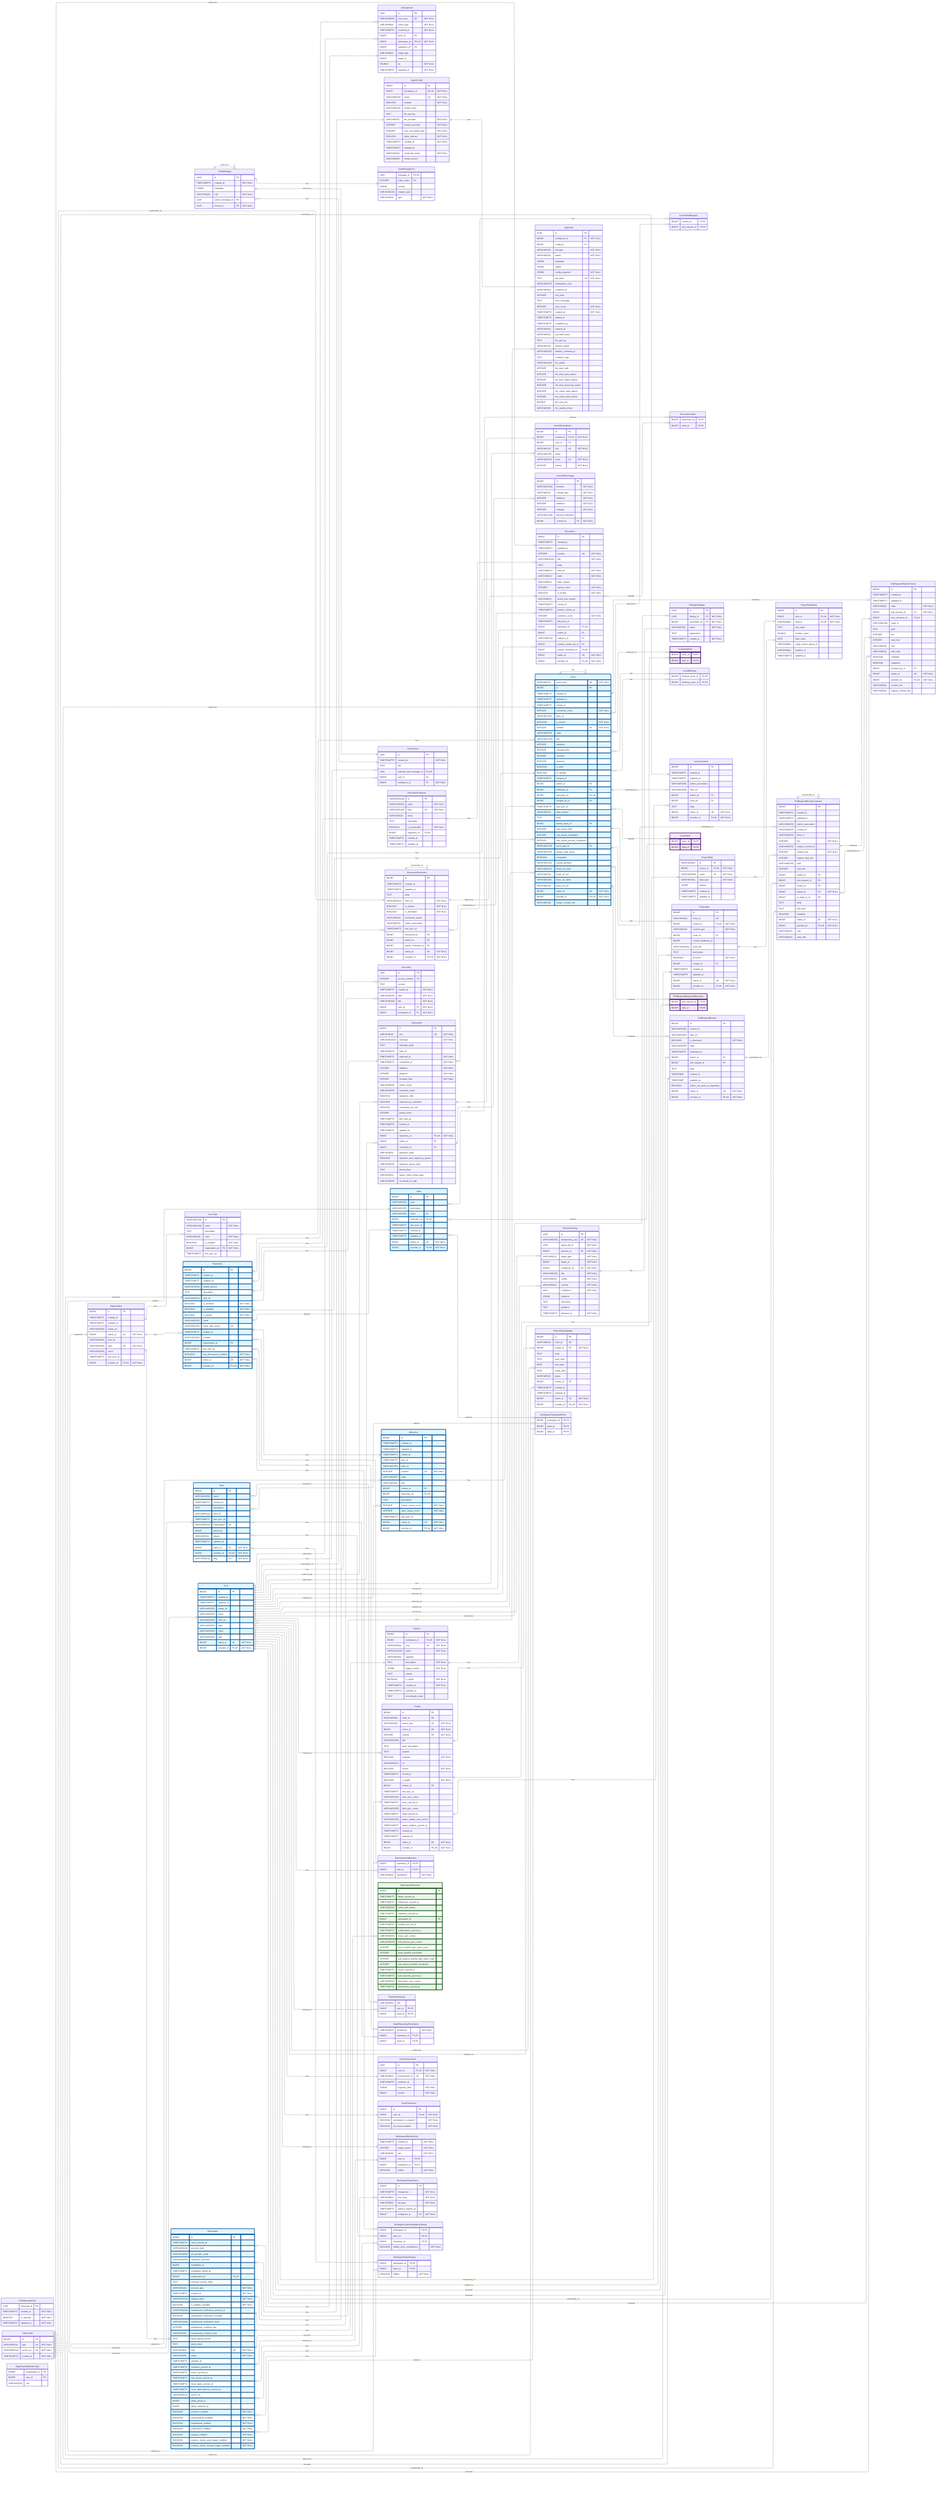
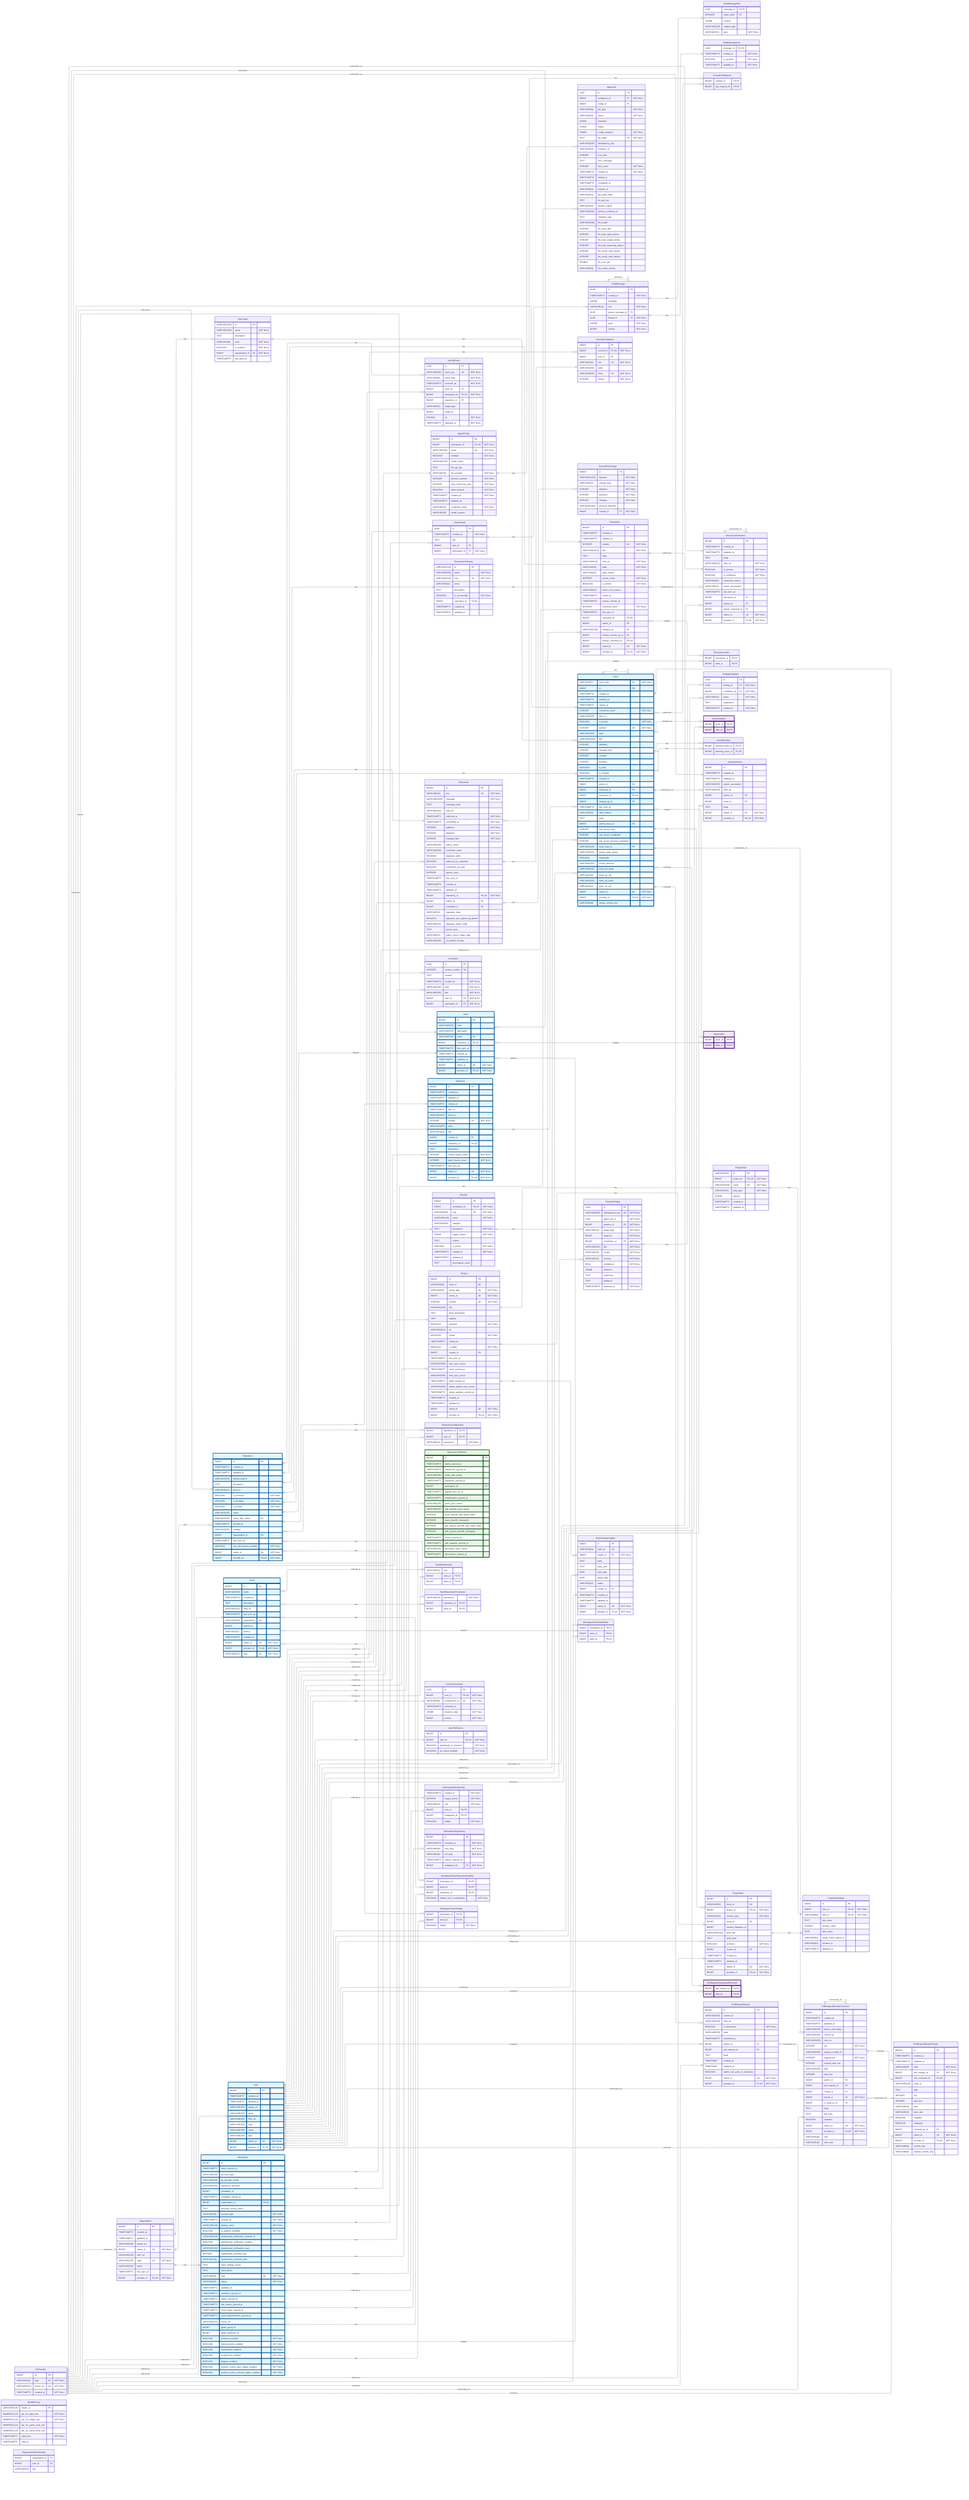
---
config:
    layout: elk
---
erDiagram
    %% Generated automatically from PostgreSQL database schema
    %% using scripts/generate-mermaid-erd.ts
    %% To regenerate: npm run db:generate-erd-docs

    direction LR

    ActivityEvent {
        UUID id PK
        VARCHAR(255) event_key UK "NOT NULL"
        VARCHAR(64) event_type "NOT NULL"
        TIMESTAMPTZ occurred_at "NOT NULL"
        BIGINT actor_id FK
        BIGINT workspace_id FK,UK "NOT NULL"
        BIGINT repository_id FK
        VARCHAR(32) target_type
        BIGINT target_id
        DOUBLE xp "NOT NULL"
        TIMESTAMPTZ ingested_at "NOT NULL"
    }

    AgentConfig {
        BIGINT id PK
        BIGINT workspace_id FK,UK "NOT NULL"
        VARCHAR(100) name UK "NOT NULL"
        BOOLEAN enabled "NOT NULL"
        VARCHAR(128) model_name
        TEXT llm_api_key
        VARCHAR(32) llm_provider "NOT NULL"
        INTEGER timeout_seconds "NOT NULL"
        INTEGER max_concurrent_jobs "NOT NULL"
        BOOLEAN allow_internet "NOT NULL"
        TIMESTAMPTZ created_at "NOT NULL"
        TIMESTAMPTZ updated_at
        VARCHAR(16) credential_mode "NOT NULL"
        VARCHAR(50) model_version
    }

    AgentJob {
        UUID id PK
        BIGINT workspace_id FK "NOT NULL"
        BIGINT config_id FK
        VARCHAR(50) job_type "NOT NULL"
        VARCHAR(20) status "NOT NULL"
        JSONB metadata
        JSONB output
        JSONB config_snapshot "NOT NULL"
        TEXT job_token UK "NOT NULL"
        VARCHAR(255) idempotency_key
        VARCHAR(64) container_id
        INTEGER exit_code
        TEXT error_message
        INTEGER retry_count "NOT NULL"
        TIMESTAMPTZ created_at "NOT NULL"
        TIMESTAMPTZ started_at
        TIMESTAMPTZ completed_at
        VARCHAR(64) network_id
        VARCHAR(64) job_token_hash
        TEXT llm_api_key
        VARCHAR(20) delivery_status
        VARCHAR(255) delivery_comment_id
        TEXT container_logs
        VARCHAR(100) llm_model
        INTEGER llm_total_calls
        INTEGER llm_total_input_tokens
        INTEGER llm_total_output_tokens
        INTEGER llm_total_reasoning_tokens
        INTEGER llm_cache_read_tokens
        INTEGER llm_cache_write_tokens
        DOUBLE llm_cost_usd
        VARCHAR(50) llm_model_version
    }

    ChatMessage {
        UUID id PK
        TIMESTAMPTZ created_at "NOT NULL"
        JSONB metadata
        VARCHAR(16) role "NOT NULL"
        UUID parent_message_id FK
        UUID thread_id FK "NOT NULL"
+         JSONB parts "NOT NULL"
+         BIGINT version "NOT NULL"
    }

    ChatMessagePart {
        UUID message_id PK,FK
        INTEGER order_index PK
        JSONB content
        VARCHAR(128) original_type
        VARCHAR(32) type "NOT NULL"
    }

    ChatMessageVote {
-         UUID message_id PK
+         UUID message_id PK,FK
        TIMESTAMPTZ created_at "NOT NULL"
        BOOLEAN is_upvoted "NOT NULL"
        TIMESTAMPTZ updated_at "NOT NULL"
    }

    ChatThread {
        UUID id PK
        TIMESTAMPTZ created_at "NOT NULL"
        TEXT title
-         UUID selected_leaf_message_id FK,UK
        BIGINT user_id FK
        BIGINT workspace_id FK "NOT NULL"
    }

    CommitContributor {
        BIGINT id PK
        BIGINT commit_id FK,UK "NOT NULL"
        BIGINT user_id FK
        VARCHAR(32) role UK "NOT NULL"
        VARCHAR(255) name
        VARCHAR(255) email UK "NOT NULL"
        INTEGER ordinal "NOT NULL"
    }

    CommitFileChange {
        BIGINT id PK
        VARCHAR(1024) filename "NOT NULL"
        VARCHAR(32) change_type "NOT NULL"
        INTEGER additions "NOT NULL"
        INTEGER deletions "NOT NULL"
        INTEGER changes "NOT NULL"
        VARCHAR(1024) previous_filename
        BIGINT commit_id FK "NOT NULL"
    }

    CommitPullRequest {
        BIGINT commit_id PK,FK
        BIGINT pull_request_id PK,FK
    }

    Discussion {
        BIGINT id PK
        TIMESTAMPTZ created_at
        TIMESTAMPTZ updated_at
        INTEGER number UK "NOT NULL"
        VARCHAR(1024) title "NOT NULL"
        TEXT body
        VARCHAR(512) html_url "NOT NULL"
        VARCHAR(16) state "NOT NULL"
        VARCHAR(32) state_reason
        INTEGER upvote_count "NOT NULL"
        BOOLEAN is_locked "NOT NULL"
        VARCHAR(32) active_lock_reason
        TIMESTAMPTZ closed_at
        TIMESTAMPTZ answer_chosen_at
        INTEGER comment_count "NOT NULL"
        TIMESTAMPTZ last_sync_at
        BIGINT repository_id FK,UK
        BIGINT author_id FK
        VARCHAR(128) category_id FK
        BIGINT answer_chosen_by_id FK
        BIGINT answer_comment_id FK,UK
        BIGINT native_id UK "NOT NULL"
        BIGINT provider_id FK,UK "NOT NULL"
    }

    DiscussionCategory {
        VARCHAR(128) id PK
        VARCHAR(255) name "NOT NULL"
        VARCHAR(128) slug UK "NOT NULL"
        VARCHAR(32) emoji
        TEXT description
        BOOLEAN is_answerable "NOT NULL"
        BIGINT repository_id FK,UK
        TIMESTAMPTZ created_at
        TIMESTAMPTZ updated_at
    }

    DiscussionComment {
        BIGINT id PK
        TIMESTAMPTZ created_at
        TIMESTAMPTZ updated_at
        TEXT body
        VARCHAR(512) html_url "NOT NULL"
        BOOLEAN is_answer "NOT NULL"
        BOOLEAN is_minimized "NOT NULL"
        VARCHAR(64) minimized_reason
        VARCHAR(32) author_association
        TIMESTAMPTZ last_sync_at
        BIGINT discussion_id FK
        BIGINT author_id FK
        BIGINT parent_comment_id FK
        BIGINT native_id UK "NOT NULL"
        BIGINT provider_id FK,UK "NOT NULL"
    }

    DiscussionLabel {
        BIGINT discussion_id PK,FK
        BIGINT label_id PK,FK
    }

    Document {
        UUID id PK
        INTEGER version_number PK
        TEXT content
        TIMESTAMPTZ created_at "NOT NULL"
        VARCHAR(255) kind "NOT NULL"
        VARCHAR(255) title "NOT NULL"
        BIGINT user_id FK "NOT NULL"
        BIGINT workspace_id FK "NOT NULL"
    }

    FindingFeedback {
        UUID id PK
        UUID finding_id FK "NOT NULL"
        BIGINT contributor_id FK "NOT NULL"
        VARCHAR(16) action "NOT NULL"
        TEXT explanation
        TIMESTAMPTZ created_at "NOT NULL"
    }

    GitCommit {
        BIGINT id PK
        VARCHAR(40) sha UK "NOT NULL"
        VARCHAR(1024) message "NOT NULL"
        TEXT message_body
        VARCHAR(512) html_url
        TIMESTAMPTZ authored_at "NOT NULL"
        TIMESTAMPTZ committed_at "NOT NULL"
        INTEGER additions "NOT NULL"
        INTEGER deletions "NOT NULL"
        INTEGER changed_files "NOT NULL"
        VARCHAR(255) author_email
        VARCHAR(255) committer_email
        BOOLEAN signature_valid
        BOOLEAN authored_by_committer
        BOOLEAN committed_via_web
        INTEGER parent_count
        TIMESTAMPTZ last_sync_at
        TIMESTAMPTZ created_at
        TIMESTAMPTZ updated_at
        BIGINT repository_id FK,UK "NOT NULL"
        BIGINT author_id FK
        BIGINT committer_id FK
        VARCHAR(32) signature_state
        BOOLEAN signature_was_signed_by_github
        VARCHAR(255) signature_signer_login
        TEXT parent_shas
        VARCHAR(32) status_check_rollup_state
        VARCHAR(255) on_behalf_of_login
    }

    GitProvider {
        BIGINT id PK
        VARCHAR(10) type UK "NOT NULL"
        VARCHAR(512) server_url UK "NOT NULL"
        TIMESTAMPTZ created_at "NOT NULL"
    }

    Issue {
        VARCHAR(31) issue_type UK "NOT NULL"
        BIGINT id PK
        TIMESTAMPTZ created_at
        TIMESTAMPTZ updated_at
        TIMESTAMPTZ closed_at
        INTEGER comments_count "NOT NULL"
        VARCHAR(255) html_url
        BOOLEAN is_locked "NOT NULL"
        INTEGER number UK "NOT NULL"
        VARCHAR(255) state
        VARCHAR(1024) title
        INTEGER additions
        INTEGER changed_files
        INTEGER commits
        INTEGER deletions
        BOOLEAN is_draft
        BOOLEAN is_merged
        TIMESTAMPTZ merged_at
        BIGINT author_id FK
        BIGINT milestone_id FK
        BIGINT repository_id FK,UK
        BIGINT merged_by_id FK
        TIMESTAMPTZ last_sync_at
        VARCHAR(32) state_reason
        TEXT body
        BIGINT parent_issue_id FK
        INTEGER sub_issues_total
        INTEGER sub_issues_completed
        INTEGER sub_issues_percent_completed
        VARCHAR(128) issue_type_id FK
        VARCHAR(255) merge_state_status
        BOOLEAN mergeable
        VARCHAR(255) review_decision
        VARCHAR(255) head_ref_name
        VARCHAR(40) head_ref_oid
        VARCHAR(255) base_ref_name
        VARCHAR(40) base_ref_oid
        BIGINT native_id UK "NOT NULL"
        BIGINT provider_id FK,UK "NOT NULL"
        VARCHAR(40) merge_commit_sha
    }

    IssueAssignee {
        BIGINT issue_id PK,FK
        BIGINT user_id PK,FK
    }

    IssueBlocking {
        BIGINT blocked_issue_id PK,FK
        BIGINT blocking_issue_id PK,FK
    }

    IssueComment {
        BIGINT id PK
        TIMESTAMPTZ created_at
        TIMESTAMPTZ updated_at
        VARCHAR(255) author_association
        VARCHAR(255) html_url
        BIGINT author_id FK
        BIGINT issue_id FK
        TEXT body
        BIGINT native_id UK "NOT NULL"
        BIGINT provider_id FK,UK "NOT NULL"
    }

    IssueLabel {
        BIGINT issue_id PK,FK
        BIGINT label_id PK,FK
    }

    IssueType {
        VARCHAR(128) id PK
        VARCHAR(128) name "NOT NULL"
        TEXT description
        VARCHAR(20) color "NOT NULL"
        BOOLEAN is_enabled "NOT NULL"
        BIGINT organization_id FK "NOT NULL"
        TIMESTAMPTZ last_sync_at
    }

    Label {
        BIGINT id PK
        VARCHAR(255) color
        VARCHAR(255) description
        VARCHAR(255) name UK
        BIGINT repository_id FK,UK
        TIMESTAMPTZ last_sync_at
        TIMESTAMPTZ created_at
        TIMESTAMPTZ updated_at
        BIGINT native_id UK "NOT NULL"
        BIGINT provider_id FK,UK "NOT NULL"
    }

    Milestone {
        BIGINT id PK
        TIMESTAMPTZ created_at
        TIMESTAMPTZ updated_at
        TIMESTAMPTZ closed_at
        TIMESTAMPTZ due_on
        VARCHAR(255) html_url
        INTEGER number UK "NOT NULL"
        VARCHAR(255) state
        VARCHAR(255) title
        BIGINT creator_id FK
        BIGINT repository_id FK,UK
        TEXT description
        INTEGER closed_issues_count "NOT NULL"
        INTEGER open_issues_count "NOT NULL"
        TIMESTAMPTZ last_sync_at
        BIGINT native_id UK "NOT NULL"
        BIGINT provider_id FK,UK "NOT NULL"
    }

+     ModelPricing {
+         VARCHAR(128) model_id PK
+         NUMERIC(12,6) per_1k_input_usd "NOT NULL"
+         NUMERIC(12,6) per_1k_output_usd "NOT NULL"
+         NUMERIC(12,6) per_1k_cache_read_usd
+         NUMERIC(12,6) per_1k_cache_write_usd
+         TIMESTAMPTZ valid_from "NOT NULL"
+         TIMESTAMPTZ valid_to
+     }
+ 
    Organization {
        BIGINT id PK
        TIMESTAMPTZ created_at
        TIMESTAMPTZ updated_at
        VARCHAR(255) avatar_url
        BIGINT native_id UK "NOT NULL"
        VARCHAR(255) html_url
        VARCHAR(255) login UK "NOT NULL"
        VARCHAR(255) name
        TIMESTAMPTZ last_sync_at
        BIGINT provider_id FK,UK "NOT NULL"
    }

    OrganizationMembership {
        BIGINT organization_id PK
        BIGINT user_id PK
        VARCHAR(32) role
    }

    Practice {
        BIGINT id PK
        BIGINT workspace_id FK,UK "NOT NULL"
        VARCHAR(64) slug UK "NOT NULL"
        VARCHAR(128) name "NOT NULL"
        VARCHAR(64) category
        TEXT description "NOT NULL"
        JSONB trigger_events "NOT NULL"
        TEXT criteria
        BOOLEAN is_active "NOT NULL"
        TIMESTAMPTZ created_at "NOT NULL"
        TIMESTAMPTZ updated_at
        TEXT precompute_script
    }

    PracticeFinding {
        UUID id PK
        VARCHAR(255) idempotency_key UK "NOT NULL"
        UUID agent_job_id "NOT NULL"
        BIGINT practice_id FK "NOT NULL"
        VARCHAR(32) target_type "NOT NULL"
        BIGINT target_id "NOT NULL"
        BIGINT contributor_id FK "NOT NULL"
        VARCHAR(255) title "NOT NULL"
        VARCHAR(16) verdict "NOT NULL"
        VARCHAR(16) severity "NOT NULL"
        REAL confidence "NOT NULL"
        JSONB evidence
        TEXT reasoning
        TEXT guidance
        TIMESTAMPTZ detected_at "NOT NULL"
    }

    Project {
        BIGINT id PK
        VARCHAR(64) node_id UK
        VARCHAR(32) owner_type UK "NOT NULL"
        BIGINT owner_id UK "NOT NULL"
        INTEGER number UK "NOT NULL"
        VARCHAR(256) title
        TEXT short_description
        TEXT readme
        BOOLEAN template "NOT NULL"
        VARCHAR(512) url
        BOOLEAN closed "NOT NULL"
        TIMESTAMPTZ closed_at
        BOOLEAN is_public "NOT NULL"
        BIGINT creator_id FK
        TIMESTAMPTZ last_sync_at
        VARCHAR(256) item_sync_cursor
        TIMESTAMPTZ items_synced_at
        VARCHAR(256) field_sync_cursor
        TIMESTAMPTZ fields_synced_at
        VARCHAR(256) status_update_sync_cursor
        TIMESTAMPTZ status_updates_synced_at
        TIMESTAMPTZ created_at
        TIMESTAMPTZ updated_at
        BIGINT native_id UK "NOT NULL"
        BIGINT provider_id FK,UK "NOT NULL"
    }

    ProjectField {
        VARCHAR(64) id PK
        BIGINT project_id FK,UK "NOT NULL"
        VARCHAR(256) name UK "NOT NULL"
        VARCHAR(32) data_type "NOT NULL"
        JSONB options
        TIMESTAMPTZ created_at
        TIMESTAMPTZ updated_at
    }

    ProjectFieldValue {
        BIGINT id PK
        BIGINT item_id FK,UK "NOT NULL"
        VARCHAR(64) field_id FK,UK "NOT NULL"
        TEXT text_value
        DOUBLE number_value
        DATE date_value
        VARCHAR(64) single_select_option_id
        VARCHAR(64) iteration_id
        TIMESTAMPTZ updated_at
    }

    ProjectItem {
        BIGINT id PK
        VARCHAR(64) node_id UK
        BIGINT project_id FK,UK "NOT NULL"
        VARCHAR(32) content_type "NOT NULL"
        BIGINT issue_id FK
        BIGINT content_database_id
        VARCHAR(1024) draft_title
        TEXT draft_body
        BOOLEAN archived "NOT NULL"
        BIGINT creator_id FK
        TIMESTAMPTZ created_at
        TIMESTAMPTZ updated_at
        BIGINT native_id UK "NOT NULL"
        BIGINT provider_id FK,UK "NOT NULL"
    }

    ProjectStatusUpdate {
        BIGINT id PK
        VARCHAR(64) node_id UK
        BIGINT project_id FK "NOT NULL"
        TEXT body
        TEXT body_html
        DATE start_date
        DATE target_date
        VARCHAR(32) status
        BIGINT creator_id FK
        TIMESTAMPTZ created_at
        TIMESTAMPTZ updated_at
        BIGINT native_id UK "NOT NULL"
        BIGINT provider_id FK,UK "NOT NULL"
    }

    PullRequestRequestedReviewer {
        BIGINT pull_request_id PK,FK
        BIGINT user_id PK,FK
    }

    PullRequestReview {
        BIGINT id PK
        VARCHAR(255) commit_id
        VARCHAR(255) html_url
        BOOLEAN is_dismissed "NOT NULL"
        VARCHAR(255) state
        TIMESTAMPTZ submitted_at
        BIGINT author_id FK
        BIGINT pull_request_id FK
        TEXT body
        TIMESTAMP created_at
        TIMESTAMP updated_at
        BOOLEAN author_can_push_to_repository
        BIGINT native_id UK "NOT NULL"
        BIGINT provider_id FK,UK "NOT NULL"
    }

    PullRequestReviewComment {
        BIGINT id PK
        TIMESTAMPTZ created_at
        TIMESTAMPTZ updated_at
        VARCHAR(255) author_association
        VARCHAR(255) commit_id
        VARCHAR(255) html_url
        INTEGER line "NOT NULL"
        VARCHAR(255) original_commit_id
        INTEGER original_line "NOT NULL"
        INTEGER original_start_line
        VARCHAR(255) path
        INTEGER start_line
        BIGINT author_id FK
        BIGINT pull_request_id FK
        BIGINT review_id FK
        BIGINT thread_id FK "NOT NULL"
        BIGINT in_reply_to_id FK
        TEXT body
        TEXT diff_hunk
        BOOLEAN outdated
        BIGINT native_id UK "NOT NULL"
        BIGINT provider_id FK,UK "NOT NULL"
        VARCHAR(16) side
        VARCHAR(16) start_side
    }

    PullRequestReviewThread {
        BIGINT id PK
        TIMESTAMPTZ created_at
        TIMESTAMPTZ updated_at
        VARCHAR(20) state "NOT NULL"
        BIGINT pull_request_id FK "NOT NULL"
        BIGINT root_comment_id FK,UK
        VARCHAR(128) node_id
        TEXT path
        INTEGER line
        INTEGER start_line
        VARCHAR(16) side
        VARCHAR(16) start_side
        BOOLEAN outdated
        BOOLEAN collapsed
        BIGINT resolved_by_id FK
        BIGINT native_id UK "NOT NULL"
        BIGINT provider_id FK,UK "NOT NULL"
        VARCHAR(64) commit_sha
        VARCHAR(64) original_commit_sha
    }

    Repository {
        BIGINT id PK
        TIMESTAMPTZ created_at
        TIMESTAMPTZ updated_at
        VARCHAR(255) default_branch
        TEXT description
        VARCHAR(512) html_url
        BOOLEAN is_archived "NOT NULL"
        BOOLEAN is_disabled "NOT NULL"
        BOOLEAN is_private "NOT NULL"
        VARCHAR(255) name
        VARCHAR(150) name_with_owner UK
        TIMESTAMPTZ pushed_at
        VARCHAR(255) visibility
        BIGINT organization_id FK
        TIMESTAMPTZ last_sync_at
        BOOLEAN has_discussions_enabled "NOT NULL"
        BIGINT native_id UK "NOT NULL"
        BIGINT provider_id FK,UK "NOT NULL"
    }

    RepositoryCollaborator {
        BIGINT repository_id PK,FK
        BIGINT user_id PK,FK
        VARCHAR(32) permission "NOT NULL"
    }

    RepositoryToMonitor {
        BIGINT id PK
        TIMESTAMPTZ labels_synced_at
        TIMESTAMPTZ milestones_synced_at
        VARCHAR(255) name_with_owner
        TIMESTAMPTZ repository_synced_at
        BIGINT workspace_id FK
        TIMESTAMPTZ backfill_last_run_at
        TIMESTAMPTZ collaborators_synced_at
        VARCHAR(255) issue_sync_cursor
        VARCHAR(255) pull_request_sync_cursor
        INTEGER issue_backfill_high_water_mark
        INTEGER issue_backfill_checkpoint
        INTEGER pull_request_backfill_high_water_mark
        INTEGER pull_request_backfill_checkpoint
        TIMESTAMPTZ issues_synced_at
        TIMESTAMPTZ pull_requests_synced_at
        VARCHAR(255) discussion_sync_cursor
        TIMESTAMPTZ discussions_synced_at
    }

    Team {
        BIGINT id PK
        VARCHAR(255) name
        TIMESTAMPTZ created_at
        TEXT description
        VARCHAR(512) html_url
        TIMESTAMPTZ last_sync_at
        VARCHAR(255) organization UK
        BIGINT parent_id
        VARCHAR(32) privacy
        TIMESTAMPTZ updated_at
        BIGINT native_id UK "NOT NULL"
        BIGINT provider_id FK,UK "NOT NULL"
        VARCHAR(512) slug UK "NOT NULL"
    }

    TeamMembership {
        VARCHAR(32) role
        BIGINT user_id PK,FK
        BIGINT team_id PK,FK
    }

    TeamRepositoryPermission {
        VARCHAR(32) permission "NOT NULL"
        BIGINT repository_id PK,FK
        BIGINT team_id PK,FK
    }

    User {
        BIGINT id PK
        TIMESTAMPTZ created_at
        TIMESTAMPTZ updated_at
        VARCHAR(255) avatar_url
        VARCHAR(255) email
        VARCHAR(255) html_url
        VARCHAR(255) login
        VARCHAR(255) name
        VARCHAR(255) type
        BIGINT native_id UK "NOT NULL"
        BIGINT provider_id FK,UK "NOT NULL"
    }

    UserAchievement {
        UUID id PK
        BIGINT user_id FK,UK "NOT NULL"
        VARCHAR(64) achievement_id UK "NOT NULL"
        TIMESTAMPTZ unlocked_at
        JSONB progress_data "NOT NULL"
        BIGINT version "NOT NULL"
    }

    UserPreference {
        BIGINT id PK
        BIGINT user_id FK,UK "NOT NULL"
        BOOLEAN participate_in_research "NOT NULL"
        BOOLEAN ai_review_enabled "NOT NULL"
    }

    Workspace {
        BIGINT id PK
        TIMESTAMPTZ users_synced_at
        VARCHAR(120) account_login
        VARCHAR(255) git_provider_mode
        VARCHAR(255) repository_selection
        BIGINT installation_id
        TIMESTAMPTZ installation_linked_at
        BIGINT organization_id FK,UK
        TEXT personal_access_token
        VARCHAR(10) account_type "NOT NULL"
        TIMESTAMPTZ created_at "NOT NULL"
        VARCHAR(120) display_name "NOT NULL"
        BOOLEAN is_publicly_viewable "NOT NULL"
        VARCHAR(100) leaderboard_notification_channel_id
        BOOLEAN leaderboard_notification_enabled
        VARCHAR(100) leaderboard_notification_team
        INTEGER leaderboard_schedule_day
        VARCHAR(10) leaderboard_schedule_time
        TEXT slack_signing_secret
        TEXT slack_token
        VARCHAR(64) slug UK "NOT NULL"
        VARCHAR(20) status "NOT NULL"
        TIMESTAMPTZ updated_at
        TIMESTAMPTZ members_synced_at
        TIMESTAMPTZ teams_synced_at
        TIMESTAMPTZ sub_issues_synced_at
        TIMESTAMPTZ issue_types_synced_at
        TIMESTAMPTZ issue_dependencies_synced_at
        VARCHAR(512) server_url
        BIGINT gitlab_group_id
        BIGINT gitlab_webhook_id
        BOOLEAN practices_enabled "NOT NULL"
        BOOLEAN achievements_enabled "NOT NULL"
        BOOLEAN leaderboard_enabled "NOT NULL"
        BOOLEAN progression_enabled "NOT NULL"
        BOOLEAN leagues_enabled "NOT NULL"
        BOOLEAN practice_review_auto_trigger_enabled "NOT NULL"
        BOOLEAN practice_review_manual_trigger_enabled "NOT NULL"
    }

    WorkspaceMembership {
        TIMESTAMPTZ created_at "NOT NULL"
        INTEGER league_points "NOT NULL"
        VARCHAR(16) role "NOT NULL"
        BIGINT user_id PK,FK
        BIGINT workspace_id PK,FK
        BOOLEAN hidden "NOT NULL"
    }

    WorkspaceSlugHistory {
        BIGINT id PK
        TIMESTAMPTZ changed_at "NOT NULL"
        VARCHAR(64) new_slug "NOT NULL"
        VARCHAR(64) old_slug "NOT NULL"
        TIMESTAMPTZ redirect_expires_at
        BIGINT workspace_id FK "NOT NULL"
    }

    WorkspaceTeamLabelFilter {
        BIGINT workspace_id PK,FK
        BIGINT team_id PK,FK
        BIGINT label_id PK,FK
    }

    WorkspaceTeamRepositorySetting {
        BIGINT workspace_id PK,FK
        BIGINT team_id PK,FK
        BIGINT repository_id PK,FK
        BOOLEAN hidden_from_contributions "NOT NULL"
    }

    WorkspaceTeamSetting {
        BIGINT workspace_id PK,FK
        BIGINT team_id PK,FK
        BOOLEAN hidden "NOT NULL"
    }

    %% Relationships
    %% One-to-One relationships
    Workspace ||--|| ActivityEvent : has
    Workspace ||--|| AgentConfig : has
    ChatMessage ||--|| ChatMessagePart : has
-     ChatMessage ||--|| ChatThread : references
+     ChatMessage ||--|| ChatMessageVote : has
    GitCommit ||--|| CommitContributor : has
    DiscussionComment ||--|| Discussion : references
    GitProvider ||--|| Discussion : references
    Repository ||--|| Discussion : has
    Repository ||--|| DiscussionCategory : has
    GitProvider ||--|| DiscussionComment : commented_on
    Repository ||--|| GitCommit : has
    GitProvider ||--|| Issue : references
    Repository ||--|| Issue : has
    GitProvider ||--|| IssueComment : commented_on
    GitProvider ||--|| Label : labeled
    Repository ||--|| Label : labeled
    GitProvider ||--|| Milestone : references
    Repository ||--|| Milestone : has
    GitProvider ||--|| Organization : references
    Workspace ||--|| Practice : has
    GitProvider ||--|| Project : references
    Project ||--|| ProjectField : has
    ProjectField ||--|| ProjectFieldValue : has
    ProjectItem ||--|| ProjectFieldValue : has
    Project ||--|| ProjectItem : has
    GitProvider ||--|| ProjectItem : references
    GitProvider ||--|| ProjectStatusUpdate : references
    GitProvider ||--|| PullRequestReview : reviewed
    GitProvider ||--|| PullRequestReviewComment : commented_on
    GitProvider ||--|| PullRequestReviewThread : reviewed
    PullRequestReviewComment ||--|| PullRequestReviewThread : reviewed
    GitProvider ||--|| Repository : references
    GitProvider ||--|| Team : references
    GitProvider ||--|| User : references
    User ||--|| UserAchievement : has
    User ||--|| UserPreference : has
    Organization ||--|| Workspace : has
    User ||--|| WorkspaceMembership : belongs_to
    Workspace ||--|| WorkspaceMembership : belongs_to

    %% One-to-Many relationships
    User ||--o{ ActivityEvent : references
    Repository ||--o{ ActivityEvent : has
    AgentConfig ||--o{ AgentJob : has
    Workspace ||--o{ AgentJob : has
    ChatMessage ||--o{ ChatMessage : references
    ChatThread ||--o{ ChatMessage : has
    User ||--o{ ChatThread : has
    Workspace ||--o{ ChatThread : has
    User ||--o{ CommitContributor : has
    GitCommit ||--o{ CommitFileChange : has
    User ||--o{ Discussion : references
    User ||--o{ Discussion : authored_by
    DiscussionCategory ||--o{ Discussion : has
    User ||--o{ DiscussionComment : commented_on
    Discussion ||--o{ DiscussionComment : commented_on
    DiscussionComment ||--o{ DiscussionComment : commented_on
    User ||--o{ Document : has
    Workspace ||--o{ Document : has
    User ||--o{ FindingFeedback : references
    PracticeFinding ||--o{ FindingFeedback : has
    User ||--o{ GitCommit : authored_by
    User ||--o{ GitCommit : references
    User ||--o{ Issue : authored_by
    IssueType ||--o{ Issue : has
    User ||--o{ Issue : merged_by
    Milestone ||--o{ Issue : has
    Issue ||--o{ Issue : has
    User ||--o{ IssueComment : commented_on
    Issue ||--o{ IssueComment : commented_on
    Organization ||--o{ IssueType : has
    User ||--o{ Milestone : created_by
    User ||--o{ PracticeFinding : references
    Practice ||--o{ PracticeFinding : has
    User ||--o{ Project : created_by
    User ||--o{ ProjectItem : created_by
    Issue ||--o{ ProjectItem : has
    User ||--o{ ProjectStatusUpdate : created_by
    Project ||--o{ ProjectStatusUpdate : has
    User ||--o{ PullRequestReview : reviewed
    Issue ||--o{ PullRequestReview : reviewed
    User ||--o{ PullRequestReviewComment : commented_on
    PullRequestReviewComment ||--o{ PullRequestReviewComment : commented_on
    Issue ||--o{ PullRequestReviewComment : commented_on
    PullRequestReview ||--o{ PullRequestReviewComment : commented_on
    PullRequestReviewThread ||--o{ PullRequestReviewComment : commented_on
    Issue ||--o{ PullRequestReviewThread : reviewed
    User ||--o{ PullRequestReviewThread : reviewed
    Organization ||--o{ Repository : has
    Workspace ||--o{ RepositoryToMonitor : monitors
    Workspace ||--o{ WorkspaceSlugHistory : has

    %% Many-to-Many relationships
    GitCommit }o--o{ CommitPullRequest : has
    Issue }o--o{ CommitPullRequest : references
    Discussion }o--o{ DiscussionLabel : labeled
    Label }o--o{ DiscussionLabel : labeled
    Issue }o--o{ IssueAssignee : assigned_to
    User }o--o{ IssueAssignee : assigned_to
    Issue }o--o{ IssueBlocking : has
    Issue }o--o{ IssueBlocking : has
    Issue }o--o{ IssueLabel : labeled
    Label }o--o{ IssueLabel : labeled
    Issue }o--o{ PullRequestRequestedReviewer : reviewed
    User }o--o{ PullRequestRequestedReviewer : reviewed
    Repository }o--o{ RepositoryCollaborator : has
    User }o--o{ RepositoryCollaborator : has
    Team }o--o{ TeamMembership : belongs_to
    User }o--o{ TeamMembership : belongs_to
    Repository }o--o{ TeamRepositoryPermission : has
    Team }o--o{ TeamRepositoryPermission : has
    Label }o--o{ WorkspaceTeamLabelFilter : labeled
    Team }o--o{ WorkspaceTeamLabelFilter : labeled
    Workspace }o--o{ WorkspaceTeamLabelFilter : labeled
    Repository }o--o{ WorkspaceTeamRepositorySetting : has
    Team }o--o{ WorkspaceTeamRepositorySetting : has
    Workspace }o--o{ WorkspaceTeamRepositorySetting : has
    Team }o--o{ WorkspaceTeamSetting : has
    Workspace }o--o{ WorkspaceTeamSetting : has

    %% Styling
    classDef primaryEntity fill:#e1f5fe,stroke:#01579b,stroke-width:2px
    classDef associationEntity fill:#f3e5f5,stroke:#4a148c,stroke-width:2px
    classDef metadataEntity fill:#e8f5e8,stroke:#1b5e20,stroke-width:2px

    class Issue primaryEntity
    class IssueAssignee associationEntity
    class IssueLabel associationEntity
    class Label primaryEntity
    class Milestone primaryEntity
    class PullRequestRequestedReviewer associationEntity
    class Repository primaryEntity
    class RepositoryToMonitor metadataEntity
    class Team primaryEntity
    class User primaryEntity
    class Workspace primaryEntity
